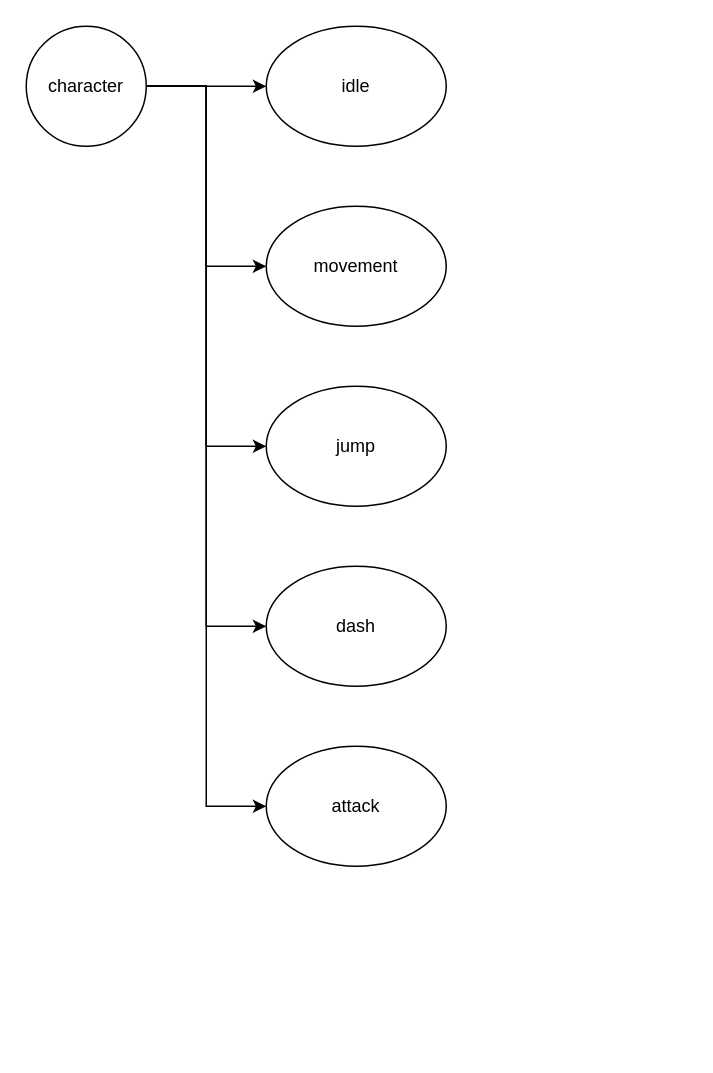
Tebaah/2DGame-Metroidvania keeps this draw.io diagram as character.drawio. Above is the earlier version. Source tidied: cells renumbered, new cells numbered last; positions are measured from the earlier drawing's top-left corner, leaving out a move shared by most shapes. Both pictures are drawn from the tidied source at 150%, with x=0, y=0 at pixel (26, 26).
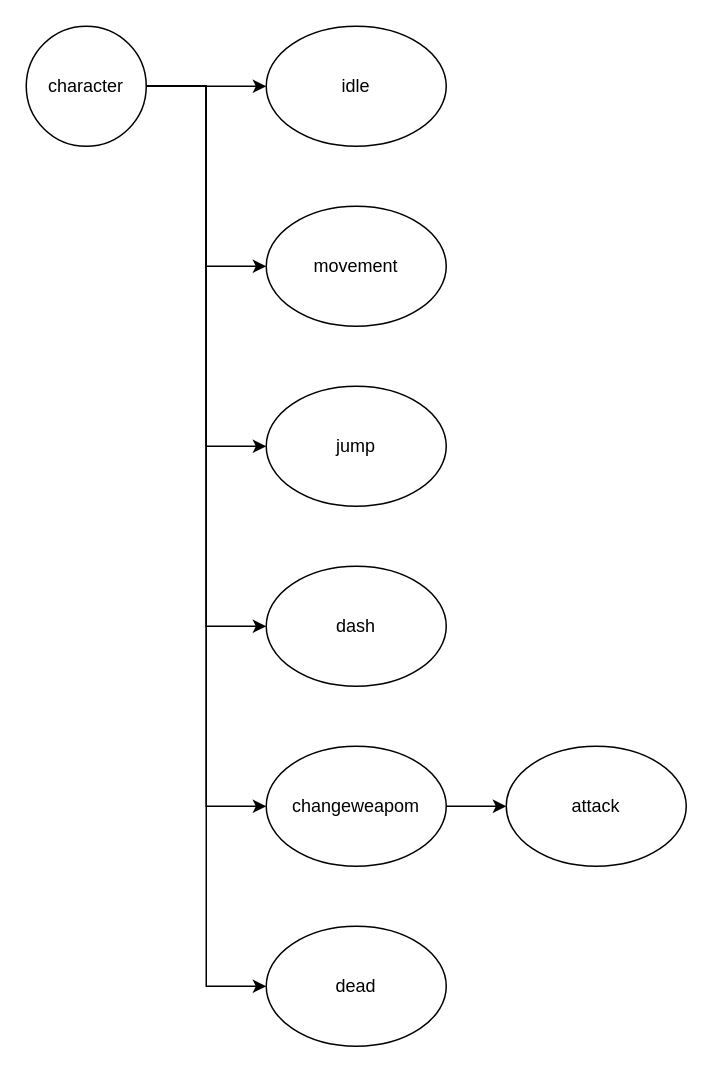
The same page after the edit.

What changed in the source:
```diff
@@
 <mxGraphModel>
   <root>
     <mxCell id="0" />
     <mxCell id="1" parent="0" />
     <mxCell id="2" style="edgeStyle=orthogonalEdgeStyle;rounded=0;jettySize=auto;html=1;exitX=1;exitY=0.5;exitDx=0;exitDy=0;" parent="1" edge="1" source="7" target="8">
       <mxGeometry relative="1" as="geometry" />
     </mxCell>
     <mxCell id="3" style="edgeStyle=orthogonalEdgeStyle;rounded=0;jettySize=auto;html=1;entryX=0;entryY=0.5;entryDx=0;entryDy=0;" parent="1" edge="1" source="7" target="9">
       <mxGeometry relative="1" as="geometry" />
     </mxCell>
     <mxCell id="4" style="edgeStyle=orthogonalEdgeStyle;rounded=0;jettySize=auto;html=1;entryX=0;entryY=0.5;entryDx=0;entryDy=0;" parent="1" edge="1" source="7" target="10">
       <mxGeometry relative="1" as="geometry" />
     </mxCell>
     <mxCell id="5" style="edgeStyle=orthogonalEdgeStyle;rounded=0;jettySize=auto;html=1;entryX=0;entryY=0.5;entryDx=0;entryDy=0;" parent="1" edge="1" source="7" target="11">
       <mxGeometry relative="1" as="geometry" />
     </mxCell>
     <mxCell id="6" style="edgeStyle=orthogonalEdgeStyle;rounded=0;jettySize=auto;html=1;entryX=0;entryY=0.5;entryDx=0;entryDy=0;" parent="1" edge="1" source="7" target="12">
       <mxGeometry relative="1" as="geometry" />
     </mxCell>
+    <mxCell id="13" style="edgeStyle=orthogonalEdgeStyle;rounded=0;jettySize=auto;html=1;entryX=0;entryY=0.5;entryDx=0;entryDy=0;" parent="1" edge="1" source="7" target="15">
+      <mxGeometry relative="1" as="geometry" />
+    </mxCell>
     <mxCell id="7" value="character" style="ellipse;whiteSpace=wrap;html=1;" parent="1" vertex="1">
       <mxGeometry width="80" height="80" as="geometry" />
     </mxCell>
     <mxCell id="8" value="idle" style="ellipse;whiteSpace=wrap;html=1;" parent="1" vertex="1">
       <mxGeometry x="160" width="120" height="80" as="geometry" />
     </mxCell>
     <mxCell id="9" value="movement" style="ellipse;whiteSpace=wrap;html=1;" parent="1" vertex="1">
       <mxGeometry x="160" y="120" width="120" height="80" as="geometry" />
     </mxCell>
     <mxCell id="10" value="jump" style="ellipse;whiteSpace=wrap;html=1;" parent="1" vertex="1">
       <mxGeometry x="160" y="240" width="120" height="80" as="geometry" />
     </mxCell>
     <mxCell id="11" value="dash" style="ellipse;whiteSpace=wrap;html=1;" parent="1" vertex="1">
       <mxGeometry x="160" y="360" width="120" height="80" as="geometry" />
     </mxCell>
+    <mxCell id="14" style="edgeStyle=orthogonalEdgeStyle;rounded=0;jettySize=auto;html=1;" parent="1" edge="1" source="12" target="16">
+      <mxGeometry relative="1" as="geometry" />
+    </mxCell>
-    <mxCell id="12" value="attack" style="ellipse;whiteSpace=wrap;html=1;" parent="1" vertex="1">
+    <mxCell id="12" value="changeweapom" style="ellipse;whiteSpace=wrap;html=1;" parent="1" vertex="1">
       <mxGeometry x="160" y="480" width="120" height="80" as="geometry" />
     </mxCell>
+    <mxCell id="15" value="dead" style="ellipse;whiteSpace=wrap;html=1;" parent="1" vertex="1">
+      <mxGeometry x="160" y="600" width="120" height="80" as="geometry" />
+    </mxCell>
+    <mxCell id="16" value="attack" style="ellipse;whiteSpace=wrap;html=1;" parent="1" vertex="1">
+      <mxGeometry x="320" y="480" width="120" height="80" as="geometry" />
+    </mxCell>
   </root>
 </mxGraphModel>
```
